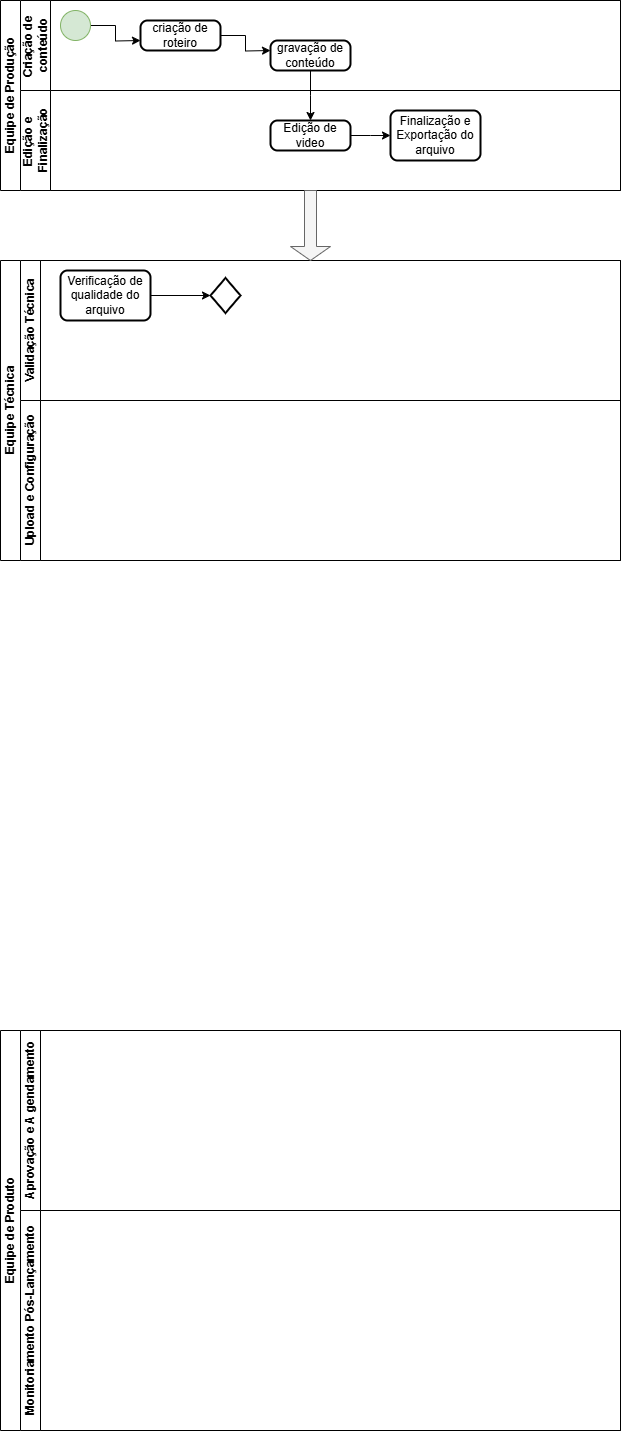
Andynlx01/fluxograma.aprensa-o keeps this draw.io diagram as Diagrama 2.0.drawio.png. Above is the earlier version. Source tidied: cells renumbered, new cells last; positions are measured from the earlier drawing's top-left corner, leaving out a move shared by most shapes.
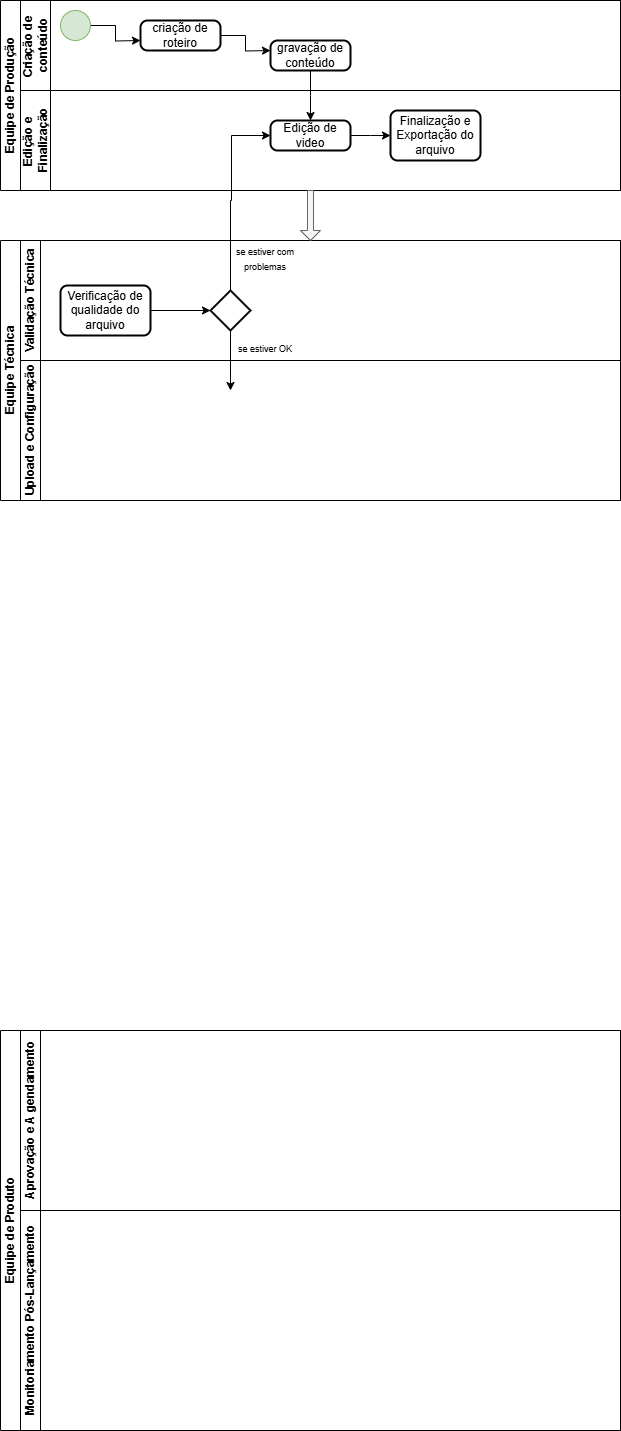
The same diagram one commit later.

What changed in the source:
```diff
@@ -47,22 +47,33 @@
       <mxGeometry x="370" y="20" width="90" height="50" as="geometry" />
     </mxCell>
     <mxCell id="14" value="Equipe Técnica" style="swimlane;horizontal=0;startSize=20;html=1;" parent="1" vertex="1">
-      <mxGeometry y="260" width="620" height="300" as="geometry" />
+      <mxGeometry y="240" width="620" height="260" as="geometry" />
     </mxCell>
     <mxCell id="15" value="Validação Técnica" style="swimlane;startSize=20;horizontal=0;html=1;" parent="14" vertex="1">
-      <mxGeometry x="20" width="600" height="140" as="geometry" />
+      <mxGeometry x="20" width="600" height="120" as="geometry" />
     </mxCell>
     <mxCell id="16" value="Verificação de qualidade do arquivo" style="rounded=1;whiteSpace=wrap;html=1;absoluteArcSize=1;arcSize=14;strokeWidth=2;" parent="15" vertex="1">
-      <mxGeometry x="40" y="10" width="90" height="50" as="geometry" />
+      <mxGeometry x="40" y="45" width="90" height="50" as="geometry" />
     </mxCell>
+    <mxCell id="24" style="edgeStyle=orthogonalEdgeStyle;rounded=0;jettySize=auto;html=1;" parent="15" edge="1" source="17">
+      <mxGeometry relative="1" as="geometry">
+        <mxPoint x="210" y="150" as="targetPoint" />
+      </mxGeometry>
+    </mxCell>
     <mxCell id="17" style="strokeWidth=2;html=1;shape=mxgraph.flowchart.decision;whiteSpace=wrap;" parent="15" vertex="1">
-      <mxGeometry x="190" y="17.5" width="30" height="35" as="geometry" />
+      <mxGeometry x="190" y="50" width="40" height="40" as="geometry" />
     </mxCell>
     <mxCell id="18" style="edgeStyle=orthogonalEdgeStyle;rounded=0;jettySize=auto;html=1;" parent="15" edge="1" source="16" target="17">
       <mxGeometry relative="1" as="geometry" />
     </mxCell>
+    <mxCell id="25" value="&lt;font style=&quot;font-size: 9px;&quot;&gt;se estiver com problemas&lt;/font&gt;" style="text;strokeColor=none;align=center;fillColor=none;html=1;verticalAlign=middle;whiteSpace=wrap;rounded=0;" parent="15" vertex="1">
+      <mxGeometry x="210" width="70" height="35" as="geometry" />
+    </mxCell>
+    <mxCell id="26" value="&lt;font style=&quot;font-size: 9px;&quot;&gt;se estiver OK&lt;/font&gt;" style="text;strokeColor=none;align=center;fillColor=none;html=1;verticalAlign=middle;whiteSpace=wrap;rounded=0;" parent="15" vertex="1">
+      <mxGeometry x="210" y="90" width="70" height="35" as="geometry" />
+    </mxCell>
     <mxCell id="19" value="Upload e Configuração" style="swimlane;startSize=20;horizontal=0;html=1;" parent="14" vertex="1">
-      <mxGeometry x="20" y="140" width="600" height="160" as="geometry" />
+      <mxGeometry x="20" y="120" width="600" height="140" as="geometry" />
     </mxCell>
     <mxCell id="20" value="Equipe de Produto" style="swimlane;horizontal=0;startSize=20;html=1;" parent="1" vertex="1">
       <mxGeometry y="1030" width="620" height="400" as="geometry" />
@@ -74,7 +85,16 @@
       <mxGeometry x="20" y="180" width="600" height="220" as="geometry" />
     </mxCell>
     <mxCell id="23" style="shape=singleArrow;direction=south;whiteSpace=wrap;html=1;fillColor=#f5f5f5;fontColor=#333333;strokeColor=#666666;" parent="1" vertex="1">
-      <mxGeometry x="290" y="190" width="40" height="70" as="geometry" />
+      <mxGeometry x="300" y="190" width="20" height="50" as="geometry" />
     </mxCell>
+    <mxCell id="27" style="edgeStyle=orthogonalEdgeStyle;rounded=0;jettySize=auto;html=1;entryX=0;entryY=0.5;entryDx=0;entryDy=0;" parent="1" edge="1" source="17" target="12">
+      <mxGeometry relative="1" as="geometry">
+        <Array as="points">
+          <mxPoint x="230" y="200" />
+          <mxPoint x="231" y="200" />
+          <mxPoint x="231" y="135" />
+        </Array>
+      </mxGeometry>
+    </mxCell>
   </root>
 </mxGraphModel>
```
